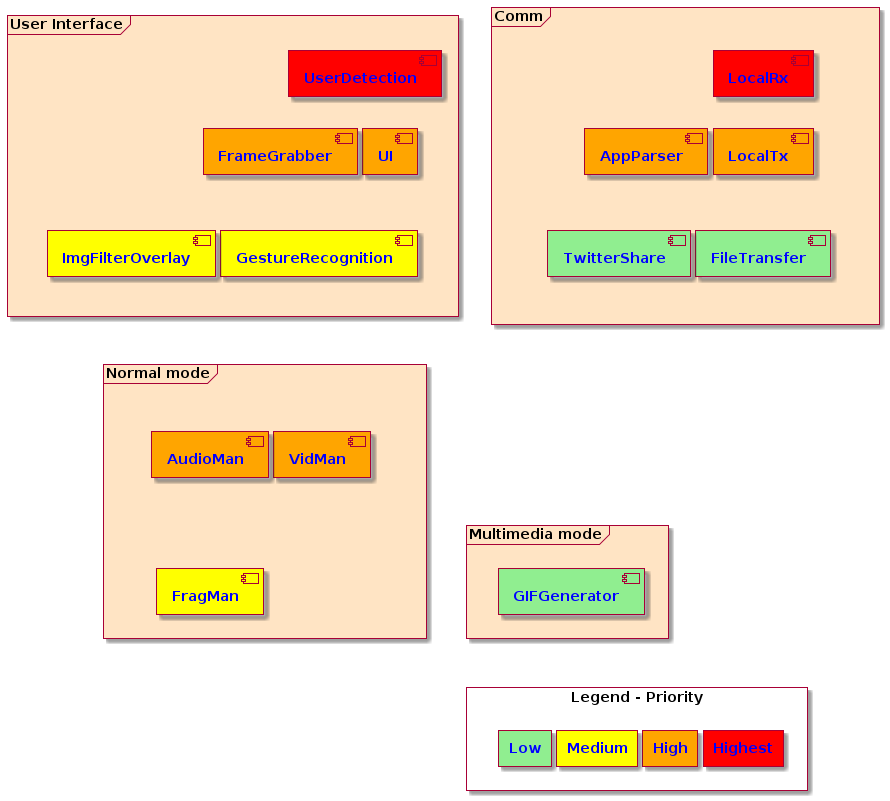
ElectroQuanta/MDO keeps this PlantUML diagram as Proj/report/img/thread-spec-local.png. Above is the earlier version.
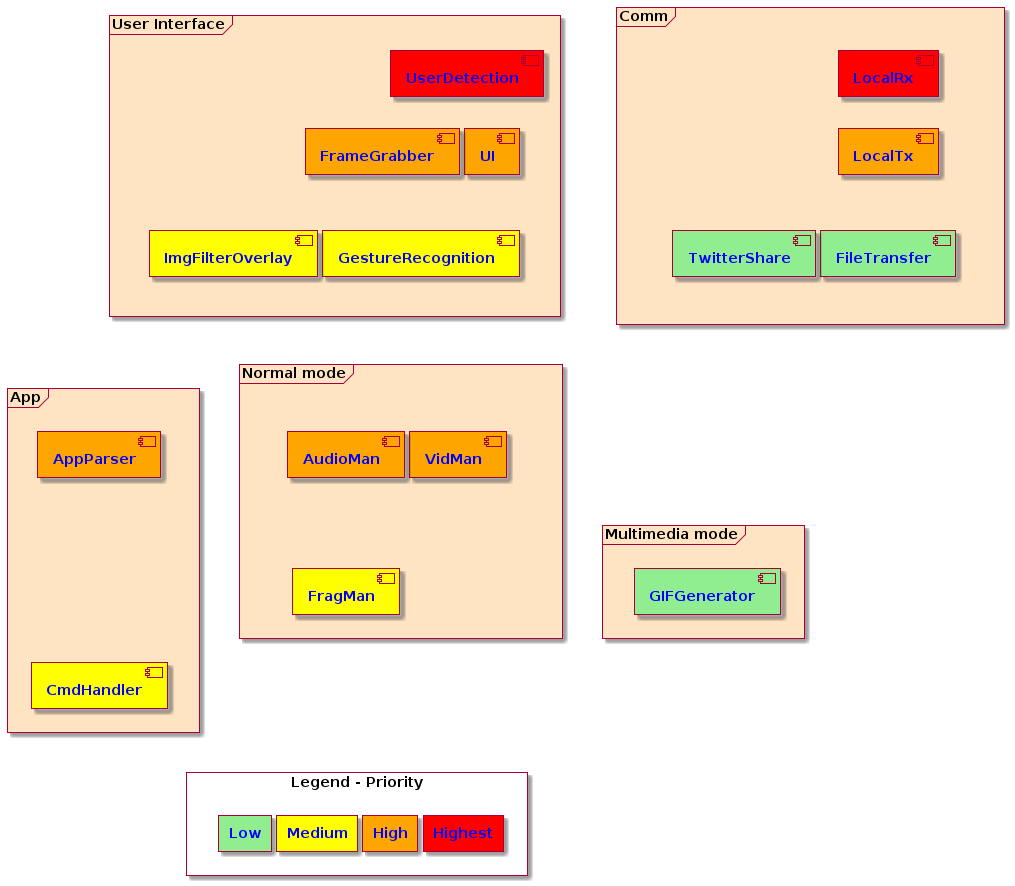
Later version of the same file.

Commit message:
UPDT: Thread spec for local system

Diff of the diagram source:
```diff
@@ -23,14 +23,15 @@
 
   frame "Comm" as LCM #bisque{
   [LocalRx] as LCR #$highest
-  together {
   [LocalTx] as LCT $high
-  [AppParser] as AP $high
-  }
   together {
   [FileTransfer] as FT $low
   [TwitterShare] as TS $low
   }
+  }
+  frame "App" as APP #bisque{
+  [AppParser] as AP $high
+  [CmdHandler] as CH $medium
   }
   frame "User Interface" as USIN #bisque{
   [UserDetection] as UD #$highest
@@ -68,14 +69,15 @@
  VIDM-[hidden]l-AUDM
  AUDM-[hidden]d-FRAGM
  LCR-[hidden]d-LCT
- LCT-[hidden]l-AP
  LCT-[hidden]d-FT
  FT-[hidden]l-TS
+ AP--[hidden]-CH
  UI-[hidden]u-LCM
+ UI--[hidden]-APP
  UI--[hidden]-NMM
  UI--[hidden]-MMM
  NMM-[hidden]-MMM
- MMM--[hidden]-PRIO
+ APP---[hidden]-PRIO
  P0-[hidden]l-P1
  P1-[hidden]l-P2
  P2-[hidden]l-P3
```
